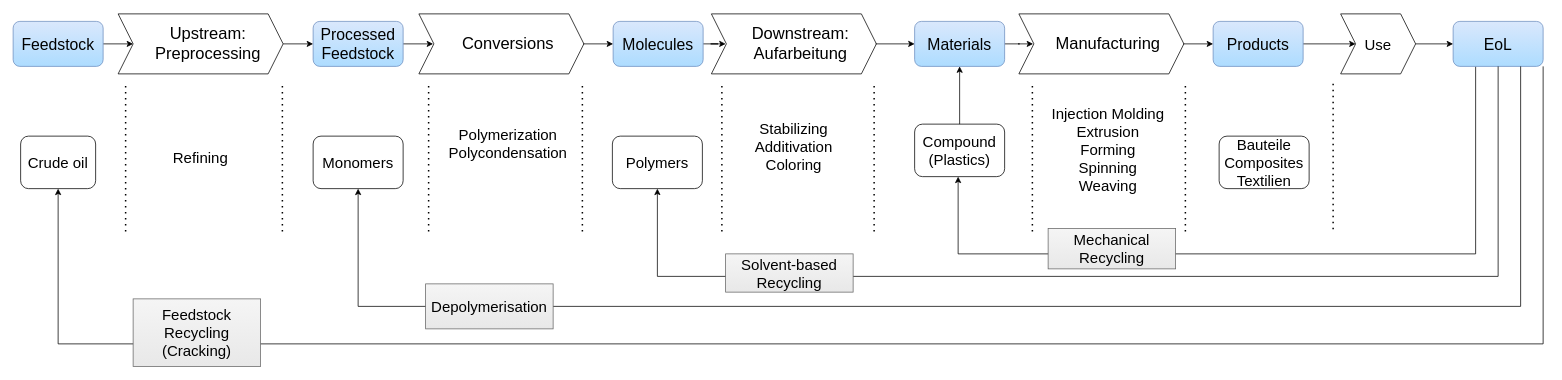
Earlier version of the draw.io diagram DT-ValueChain.drawio (kay-squared/PyTorchLearn). Source tidied: cells renumbered, new cells numbered last; positions are measured from the earlier drawing's top-left corner, leaving out a move shared by most shapes. Both pictures are drawn from the tidied source at 75%, with x=0, y=0 at pixel (13, 14).
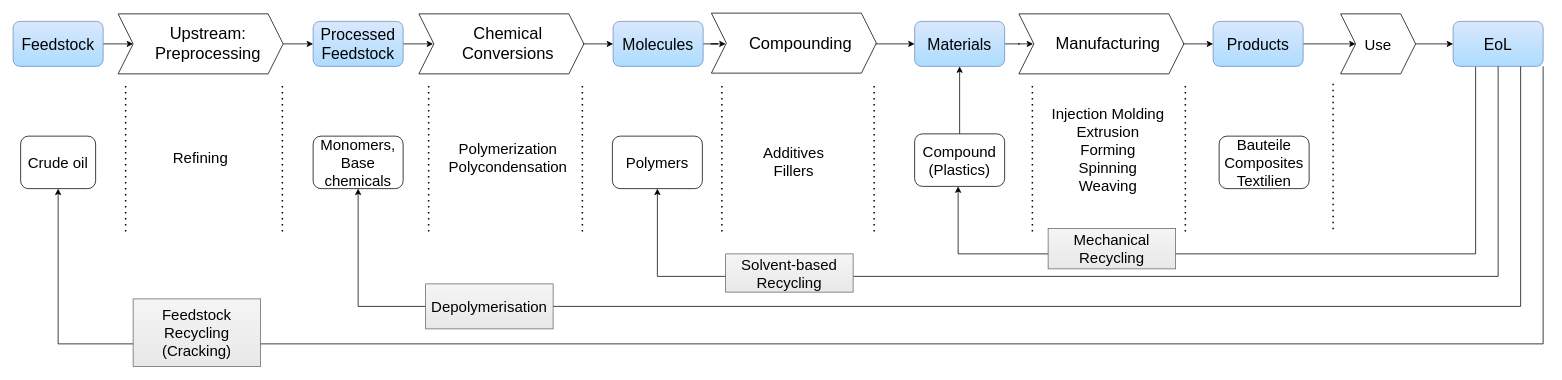
The same page after the edit.

Diff of the diagram source:
```diff
@@
-    <mxCell id="15" value="Conversions" style="text;html=1;align=center;verticalAlign=middle;whiteSpace=wrap;rounded=0;fontSize=22;fontFamily=Rubik light;" parent="1" vertex="1">
+    <mxCell id="15" value="Chemical Conversions" style="text;html=1;align=center;verticalAlign=middle;whiteSpace=wrap;rounded=0;fontSize=22;fontFamily=Rubik light;" parent="1" vertex="1">
       <mxGeometry x="560" y="20" width="200" height="40" as="geometry" />
     </mxCell>
@@
-    <mxCell id="17" value="Downstream: Aufarbeitung" style="text;html=1;align=center;verticalAlign=middle;whiteSpace=wrap;rounded=0;fontSize=22;fontFamily=Rubik light;" parent="1" vertex="1">
+    <mxCell id="17" value="Compounding" style="text;html=1;align=center;verticalAlign=middle;whiteSpace=wrap;rounded=0;fontSize=22;fontFamily=Rubik light;" parent="1" vertex="1">
       <mxGeometry x="950" y="20" width="200" height="40" as="geometry" />
     </mxCell>
@@
-    <mxCell id="21" value="Monomers" style="text;html=1;align=center;verticalAlign=middle;whiteSpace=wrap;rounded=1;fontFamily=Rubik light;fontSize=20;fillColor=default;strokeColor=default;" parent="1" vertex="1">
+    <mxCell id="21" value="Monomers, Base chemicals" style="text;html=1;align=center;verticalAlign=middle;whiteSpace=wrap;rounded=1;fontFamily=Rubik light;fontSize=20;fillColor=default;strokeColor=default;" parent="1" vertex="1">
       <mxGeometry x="400" y="163" width="120" height="70" as="geometry" />
     </mxCell>
@@
     <mxCell id="25" value="Compound (Plastics)" style="text;html=1;align=center;verticalAlign=middle;whiteSpace=wrap;rounded=1;fontFamily=Rubik light;fontSize=20;strokeColor=default;" parent="1" vertex="1">
-      <mxGeometry x="1202" y="147" width="120" height="70" as="geometry" />
+      <mxGeometry x="1202" y="160" width="120" height="70" as="geometry" />
     </mxCell>
@@
     <mxCell id="29" style="shape=step;perimeter=stepPerimeter;whiteSpace=wrap;html=1;fixedSize=1;rounded=0;align=center;verticalAlign=middle;fontFamily=Rubik light;fontSize=20;fontColor=default;fillColor=none;gradientColor=none;" parent="1" vertex="1">
-      <mxGeometry x="931" width="220" height="80" as="geometry" />
+      <mxGeometry x="931" y="-1" width="220" height="80" as="geometry" />
     </mxCell>
@@
     <mxCell id="39" value="Polymerization&lt;div&gt;Polycondensation&lt;/div&gt;" style="text;html=1;align=center;verticalAlign=middle;whiteSpace=wrap;rounded=0;fontSize=20;fontFamily=Rubik light;" parent="1" vertex="1">
-      <mxGeometry x="560" y="153" width="200" height="40" as="geometry" />
+      <mxGeometry x="560" y="171" width="200" height="40" as="geometry" />
     </mxCell>
-    <mxCell id="40" value="Stabilizing&lt;div&gt;Additivation&lt;/div&gt;&lt;div&gt;Coloring&lt;/div&gt;" style="text;html=1;align=center;verticalAlign=middle;whiteSpace=wrap;rounded=0;fontSize=20;fontFamily=Rubik light;" parent="1" vertex="1">
-      <mxGeometry x="941" y="157" width="200" height="40" as="geometry" />
+    <mxCell id="40" value="Additives&lt;div&gt;Fillers&lt;/div&gt;" style="text;html=1;align=center;verticalAlign=middle;whiteSpace=wrap;rounded=0;fontSize=20;fontFamily=Rubik light;" parent="1" vertex="1">
+      <mxGeometry x="941" y="177" width="200" height="40" as="geometry" />
     </mxCell>
```
